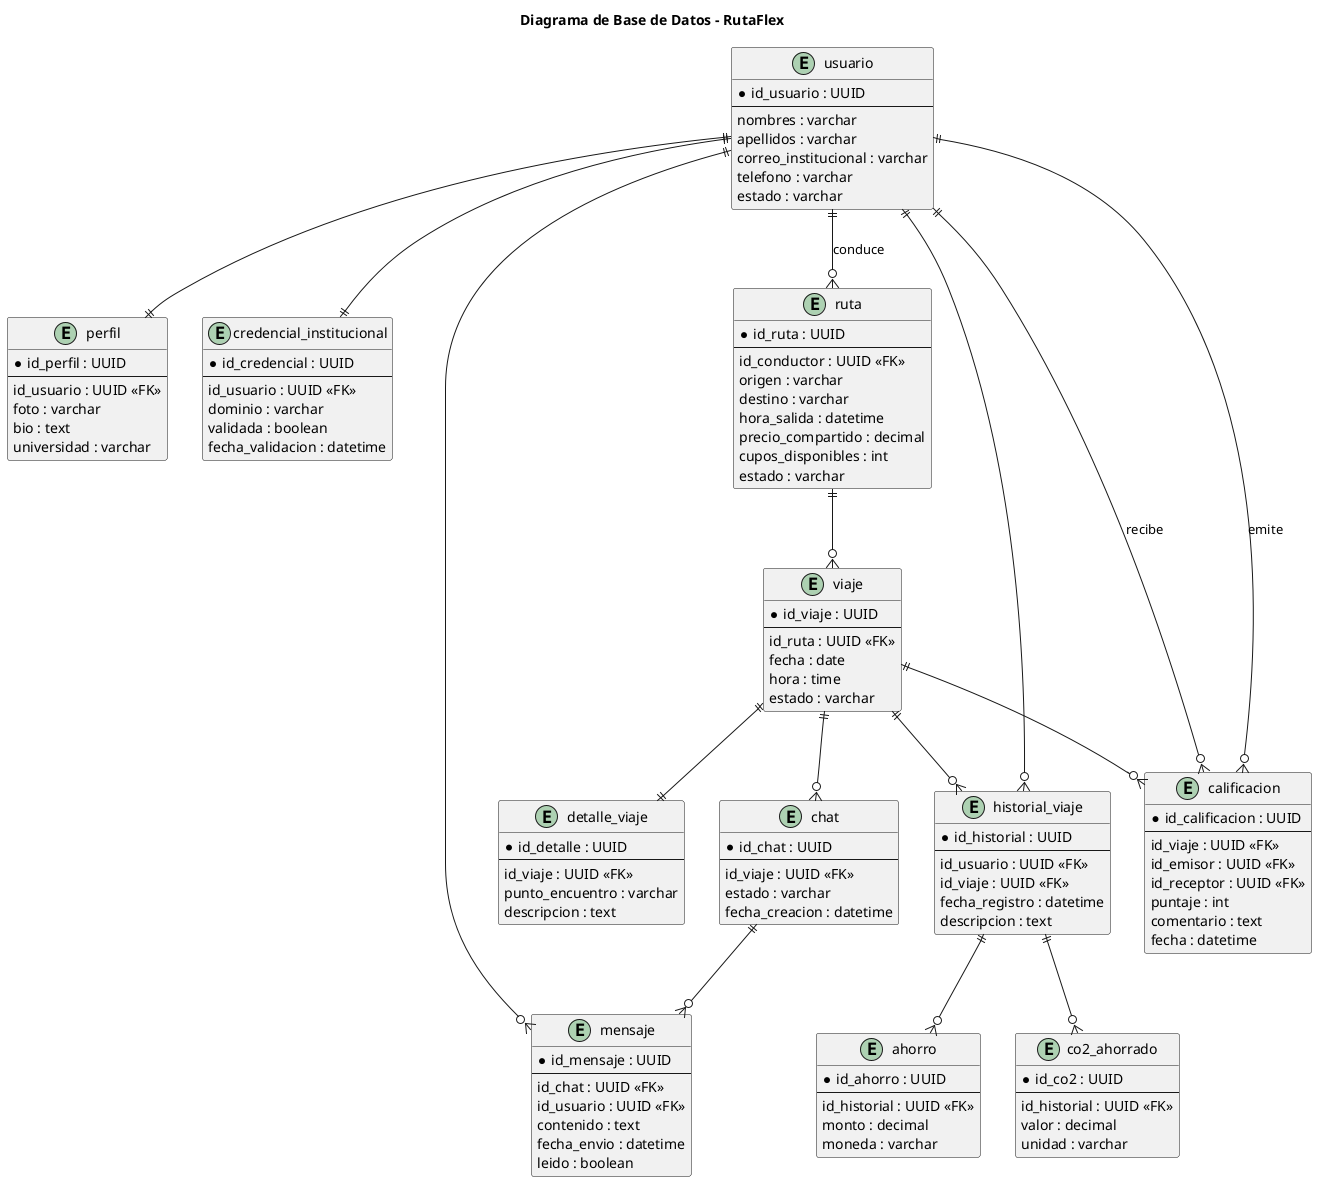
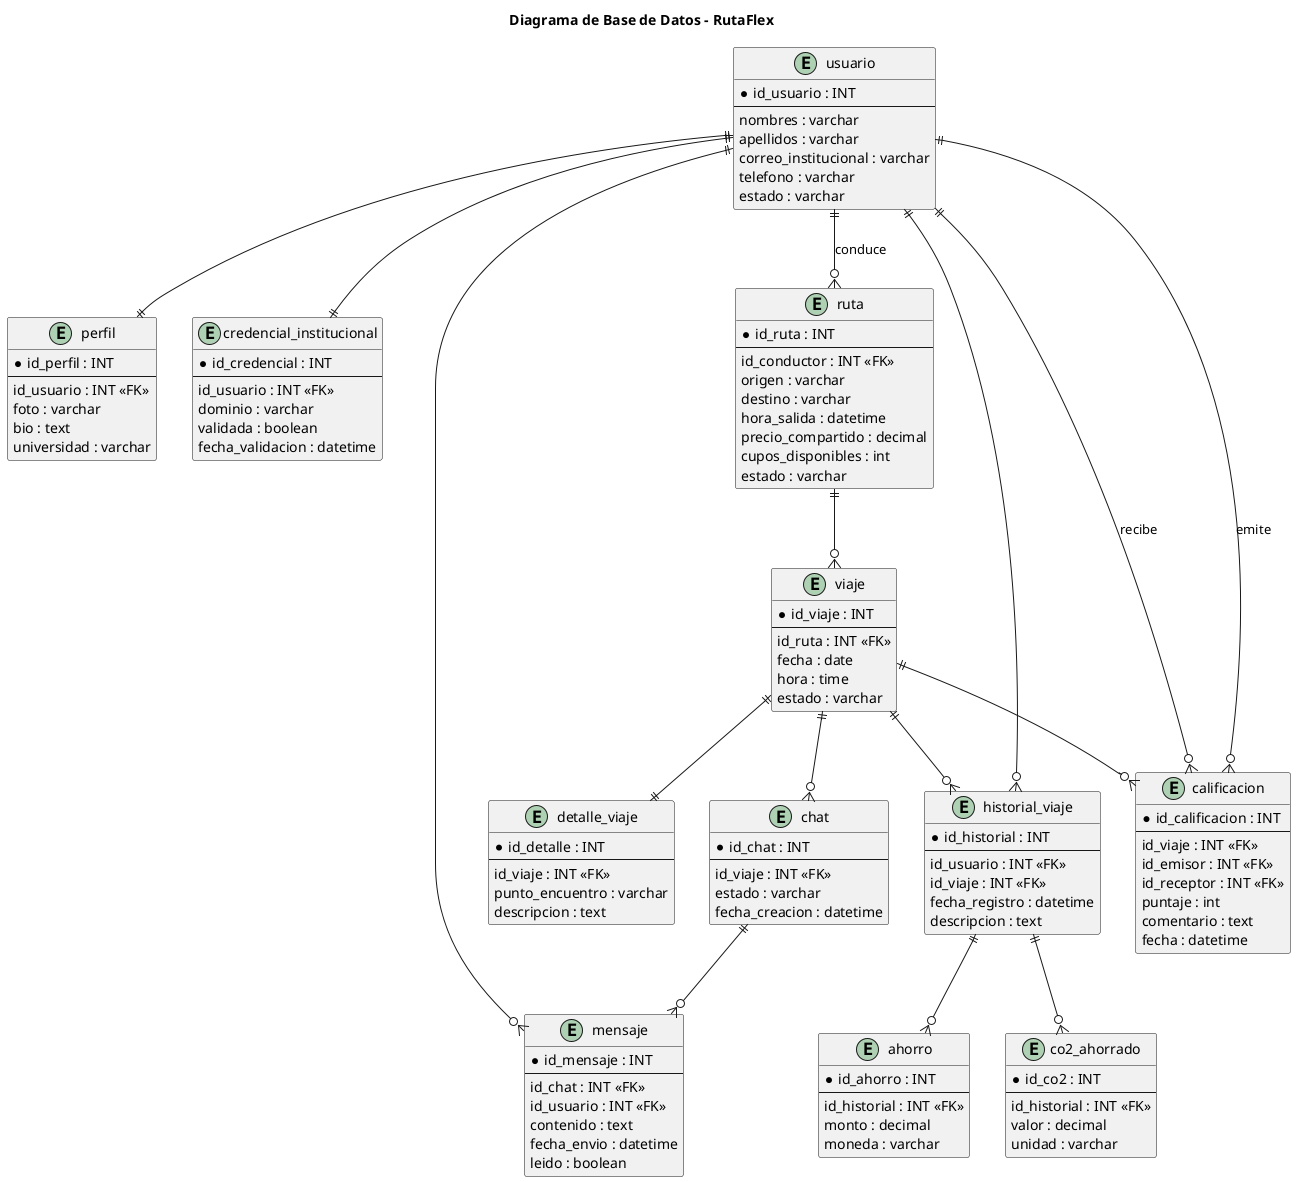
@startuml

title Diagrama de Base de Datos - RutaFlex

entity usuario {
-   * id_usuario : UUID
+   * id_usuario : INT
  --
  nombres : varchar
  apellidos : varchar
  correo_institucional : varchar
  telefono : varchar
  estado : varchar
}

entity perfil {
-   * id_perfil : UUID
+   * id_perfil : INT
  --
-   id_usuario : UUID <<FK>>
+   id_usuario : INT <<FK>>
  foto : varchar
  bio : text
  universidad : varchar
}

entity credencial_institucional {
-   * id_credencial : UUID
+   * id_credencial : INT
  --
-   id_usuario : UUID <<FK>>
+   id_usuario : INT <<FK>>
  dominio : varchar
  validada : boolean
  fecha_validacion : datetime
}

entity ruta {
-   * id_ruta : UUID
+   * id_ruta : INT
  --
-   id_conductor : UUID <<FK>>
+   id_conductor : INT <<FK>>
  origen : varchar
  destino : varchar
  hora_salida : datetime
  precio_compartido : decimal
  cupos_disponibles : int
  estado : varchar
}

entity viaje {
-   * id_viaje : UUID
+   * id_viaje : INT
  --
-   id_ruta : UUID <<FK>>
+   id_ruta : INT <<FK>>
  fecha : date
  hora : time
  estado : varchar
}

entity detalle_viaje {
-   * id_detalle : UUID
+   * id_detalle : INT
  --
-   id_viaje : UUID <<FK>>
+   id_viaje : INT <<FK>>
  punto_encuentro : varchar
  descripcion : text
}

entity chat {
-   * id_chat : UUID
+   * id_chat : INT
  --
-   id_viaje : UUID <<FK>>
+   id_viaje : INT <<FK>>
  estado : varchar
  fecha_creacion : datetime
}

entity mensaje {
-   * id_mensaje : UUID
+   * id_mensaje : INT
  --
-   id_chat : UUID <<FK>>
-   id_usuario : UUID <<FK>>
+   id_chat : INT <<FK>>
+   id_usuario : INT <<FK>>
  contenido : text
  fecha_envio : datetime
  leido : boolean
}

entity calificacion {
-   * id_calificacion : UUID
+   * id_calificacion : INT
  --
-   id_viaje : UUID <<FK>>
-   id_emisor : UUID <<FK>>
-   id_receptor : UUID <<FK>>
+   id_viaje : INT <<FK>>
+   id_emisor : INT <<FK>>
+   id_receptor : INT <<FK>>
  puntaje : int
  comentario : text
  fecha : datetime
}

entity historial_viaje {
-   * id_historial : UUID
+   * id_historial : INT
  --
-   id_usuario : UUID <<FK>>
-   id_viaje : UUID <<FK>>
+   id_usuario : INT <<FK>>
+   id_viaje : INT <<FK>>
  fecha_registro : datetime
  descripcion : text
}

entity ahorro {
-   * id_ahorro : UUID
+   * id_ahorro : INT
  --
-   id_historial : UUID <<FK>>
+   id_historial : INT <<FK>>
  monto : decimal
  moneda : varchar
}

entity co2_ahorrado {
-   * id_co2 : UUID
+   * id_co2 : INT
  --
-   id_historial : UUID <<FK>>
+   id_historial : INT <<FK>>
  valor : decimal
  unidad : varchar
}

usuario ||--|| perfil
usuario ||--|| credencial_institucional
usuario ||--o{ ruta : conduce
ruta ||--o{ viaje
viaje ||--|| detalle_viaje
viaje ||--o{ chat
chat ||--o{ mensaje
usuario ||--o{ mensaje
viaje ||--o{ calificacion
usuario ||--o{ calificacion : emite
usuario ||--o{ calificacion : recibe
usuario ||--o{ historial_viaje
viaje ||--o{ historial_viaje
historial_viaje ||--o{ ahorro
historial_viaje ||--o{ co2_ahorrado
@enduml